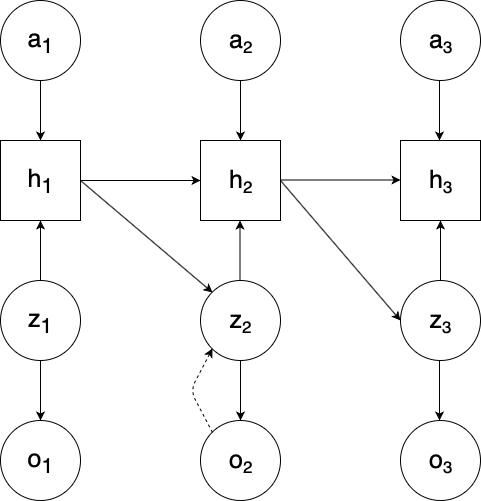
This is doc/masters_thesis/figures/WorldModels/prob_graph_model.png from piojanu/Planning-in-Imagination, a draw.io export, as it was before one commit. Source tidied: cells renumbered, new cells last; positions are measured from the earlier drawing's top-left corner, leaving out a move shared by most shapes.
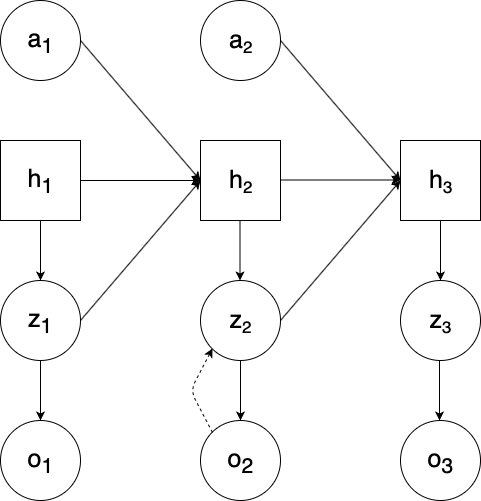
After the commit.

What changed in the source:
```diff
@@ -8,9 +8,6 @@
     <mxCell id="3" value="&lt;font style=&quot;font-size: 25px&quot;&gt;a&lt;/font&gt;&lt;font style=&quot;font-size: 20.833332061767578px&quot;&gt;&lt;sub&gt;2&lt;/sub&gt;&lt;/font&gt;" style="ellipse;whiteSpace=wrap;html=1;" parent="1" vertex="1">
       <mxGeometry x="200" width="80" height="80" as="geometry" />
     </mxCell>
-    <mxCell id="4" value="&lt;font style=&quot;font-size: 25px&quot;&gt;a&lt;/font&gt;&lt;font style=&quot;font-size: 20.833332061767578px&quot;&gt;&lt;sub&gt;3&lt;/sub&gt;&lt;/font&gt;" style="ellipse;whiteSpace=wrap;html=1;" parent="1" vertex="1">
-      <mxGeometry x="400" width="80" height="80" as="geometry" />
-    </mxCell>
     <mxCell id="5" value="&lt;font style=&quot;font-size: 25px&quot;&gt;h&lt;sub&gt;1&lt;/sub&gt;&lt;/font&gt;" style="whiteSpace=wrap;html=1;" parent="1" vertex="1">
       <mxGeometry y="140" width="80" height="80" as="geometry" />
     </mxCell>
@@ -32,42 +29,24 @@
     <mxCell id="11" value="&lt;font style=&quot;font-size: 25px&quot;&gt;o&lt;sub&gt;1&lt;/sub&gt;&lt;/font&gt;" style="ellipse;whiteSpace=wrap;html=1;" parent="1" vertex="1">
       <mxGeometry y="420" width="80" height="80" as="geometry" />
     </mxCell>
-    <mxCell id="12" value="&lt;font style=&quot;font-size: 25px&quot;&gt;o&lt;/font&gt;&lt;font style=&quot;font-size: 20.833332061767578px&quot;&gt;&lt;sub&gt;2&lt;/sub&gt;&lt;/font&gt;" style="ellipse;whiteSpace=wrap;html=1;" parent="1" vertex="1">
+    <mxCell id="12" value="&lt;font style=&quot;font-size: 25px&quot;&gt;o&lt;sub&gt;2&lt;/sub&gt;&lt;/font&gt;" style="ellipse;whiteSpace=wrap;html=1;" parent="1" vertex="1">
       <mxGeometry x="200" y="420" width="80" height="80" as="geometry" />
     </mxCell>
-    <mxCell id="13" value="&lt;font style=&quot;font-size: 25px&quot;&gt;o&lt;/font&gt;&lt;font style=&quot;font-size: 20.833332061767578px&quot;&gt;&lt;sub&gt;3&lt;/sub&gt;&lt;/font&gt;" style="ellipse;whiteSpace=wrap;html=1;" parent="1" vertex="1">
+    <mxCell id="13" value="&lt;font style=&quot;font-size: 25px&quot;&gt;o&lt;sub&gt;3&lt;/sub&gt;&lt;/font&gt;" style="ellipse;whiteSpace=wrap;html=1;" parent="1" vertex="1">
       <mxGeometry x="400" y="420" width="80" height="80" as="geometry" />
     </mxCell>
-    <mxCell id="14" style="endArrow=classic;html=1;entryX=0.5;entryY=0;entryDx=0;entryDy=0;exitX=0.5;exitY=1;exitDx=0;exitDy=0;" parent="1" edge="1" source="2" target="5">
+    <mxCell id="14" style="endArrow=classic;html=1;entryX=0;entryY=0.5;entryDx=0;entryDy=0;exitX=1;exitY=0.5;exitDx=0;exitDy=0;" parent="1" edge="1" source="2" target="7">
       <mxGeometry relative="1" as="geometry" />
     </mxCell>
-    <mxCell id="15" style="endArrow=classic;html=1;entryX=0.5;entryY=0;entryDx=0;entryDy=0;exitX=0.5;exitY=1;exitDx=0;exitDy=0;" parent="1" edge="1">
-      <mxGeometry relative="1" as="geometry">
-        <mxPoint x="439" y="80" as="sourcePoint" />
-        <mxPoint x="439" y="140" as="targetPoint" />
-      </mxGeometry>
-    </mxCell>
-    <mxCell id="16" style="endArrow=classic;html=1;entryX=0.5;entryY=0;entryDx=0;entryDy=0;exitX=0.5;exitY=1;exitDx=0;exitDy=0;" parent="1" edge="1">
-      <mxGeometry relative="1" as="geometry">
-        <mxPoint x="240" y="80" as="sourcePoint" />
-        <mxPoint x="240" y="140" as="targetPoint" />
-      </mxGeometry>
+    <mxCell id="16" style="endArrow=classic;html=1;entryX=0;entryY=0.5;entryDx=0;entryDy=0;exitX=1;exitY=0.5;exitDx=0;exitDy=0;" parent="1" edge="1" source="3" target="6">
+      <mxGeometry relative="1" as="geometry" />
     </mxCell>
-    <mxCell id="17" style="endArrow=classic;html=1;exitX=0.5;exitY=0;exitDx=0;exitDy=0;entryX=0.5;entryY=1;entryDx=0;entryDy=0;" parent="1" edge="1" source="8" target="5">
+    <mxCell id="17" style="endArrow=classic;html=1;exitX=1;exitY=0.5;exitDx=0;exitDy=0;entryX=0;entryY=0.5;entryDx=0;entryDy=0;" parent="1" edge="1" source="8" target="7">
       <mxGeometry relative="1" as="geometry" />
     </mxCell>
-    <mxCell id="18" style="endArrow=classic;html=1;exitX=0.5;exitY=0;exitDx=0;exitDy=0;entryX=0.5;entryY=1;entryDx=0;entryDy=0;" parent="1" edge="1">
-      <mxGeometry relative="1" as="geometry">
-        <mxPoint x="239.5" y="280" as="sourcePoint" />
-        <mxPoint x="239.5" y="220" as="targetPoint" />
-      </mxGeometry>
+    <mxCell id="18" style="endArrow=classic;html=1;exitX=1;exitY=0.5;exitDx=0;exitDy=0;entryX=0;entryY=0.5;entryDx=0;entryDy=0;" parent="1" edge="1" source="9" target="6">
+      <mxGeometry relative="1" as="geometry" />
     </mxCell>
-    <mxCell id="19" style="endArrow=classic;html=1;exitX=0.5;exitY=0;exitDx=0;exitDy=0;entryX=0.5;entryY=1;entryDx=0;entryDy=0;" parent="1" edge="1">
-      <mxGeometry relative="1" as="geometry">
-        <mxPoint x="440" y="280" as="sourcePoint" />
-        <mxPoint x="440" y="220" as="targetPoint" />
-      </mxGeometry>
-    </mxCell>
     <mxCell id="20" style="endArrow=classic;html=1;entryX=0.5;entryY=0;entryDx=0;entryDy=0;exitX=0.5;exitY=1;exitDx=0;exitDy=0;" parent="1" edge="1">
       <mxGeometry relative="1" as="geometry">
         <mxPoint x="40" y="360" as="sourcePoint" />
@@ -95,12 +74,9 @@
         <mxPoint x="400" y="179.5" as="targetPoint" />
       </mxGeometry>
     </mxCell>
-    <mxCell id="25" style="endArrow=classic;html=1;exitX=1;exitY=0.5;exitDx=0;exitDy=0;entryX=0;entryY=0;entryDx=0;entryDy=0;" parent="1" edge="1" source="5" target="9">
+    <mxCell id="25" style="endArrow=classic;html=1;exitX=0.5;exitY=1;exitDx=0;exitDy=0;" parent="1" edge="1" source="5" target="8">
       <mxGeometry relative="1" as="geometry" />
     </mxCell>
-    <mxCell id="26" style="endArrow=classic;html=1;exitX=1;exitY=0.5;exitDx=0;exitDy=0;entryX=0;entryY=0.5;entryDx=0;entryDy=0;" parent="1" edge="1" source="7" target="10">
-      <mxGeometry relative="1" as="geometry" />
-    </mxCell>
     <mxCell id="27" style="endArrow=none;dashed=1;html=1;startArrow=classic;startFill=1;exitX=0;exitY=1;exitDx=0;exitDy=0;" parent="1" edge="1" source="9">
       <mxGeometry relative="1" as="geometry">
         <mxPoint x="212" y="432" as="targetPoint" />
@@ -109,5 +85,17 @@
         </Array>
       </mxGeometry>
     </mxCell>
+    <mxCell id="28" style="endArrow=classic;html=1;exitX=0.5;exitY=1;exitDx=0;exitDy=0;" parent="1" edge="1">
+      <mxGeometry relative="1" as="geometry">
+        <mxPoint x="239.5" y="220" as="sourcePoint" />
+        <mxPoint x="239.5" y="280" as="targetPoint" />
+      </mxGeometry>
+    </mxCell>
+    <mxCell id="29" style="endArrow=classic;html=1;exitX=0.5;exitY=1;exitDx=0;exitDy=0;" parent="1" edge="1">
+      <mxGeometry relative="1" as="geometry">
+        <mxPoint x="440" y="220" as="sourcePoint" />
+        <mxPoint x="440" y="280" as="targetPoint" />
+      </mxGeometry>
+    </mxCell>
   </root>
 </mxGraphModel>
```
